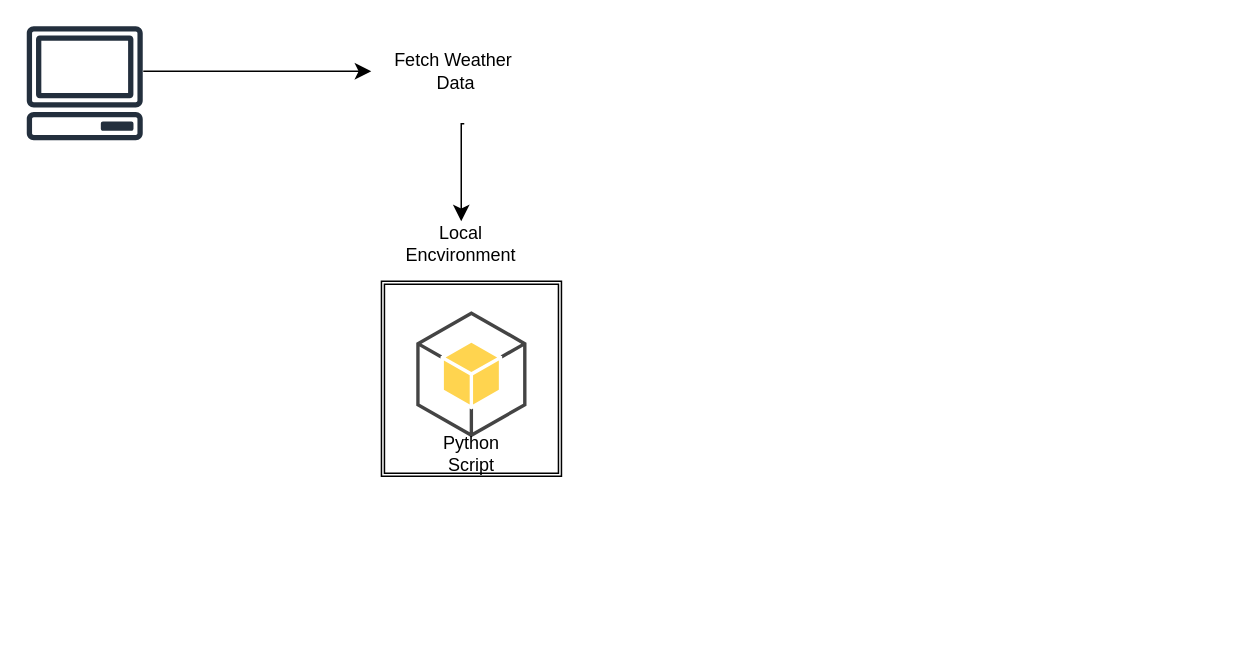
The draw.io diagram Untitled Diagram.drawio in nikkadur/Day_1_Devops_Challenge, before the edit. Source tidied: cells renumbered, new cells numbered last; positions are measured from the earlier drawing's top-left corner, leaving out a move shared by most shapes. Both pictures are drawn from the tidied source at 150%, with x=0, y=0 at pixel (26, 26).
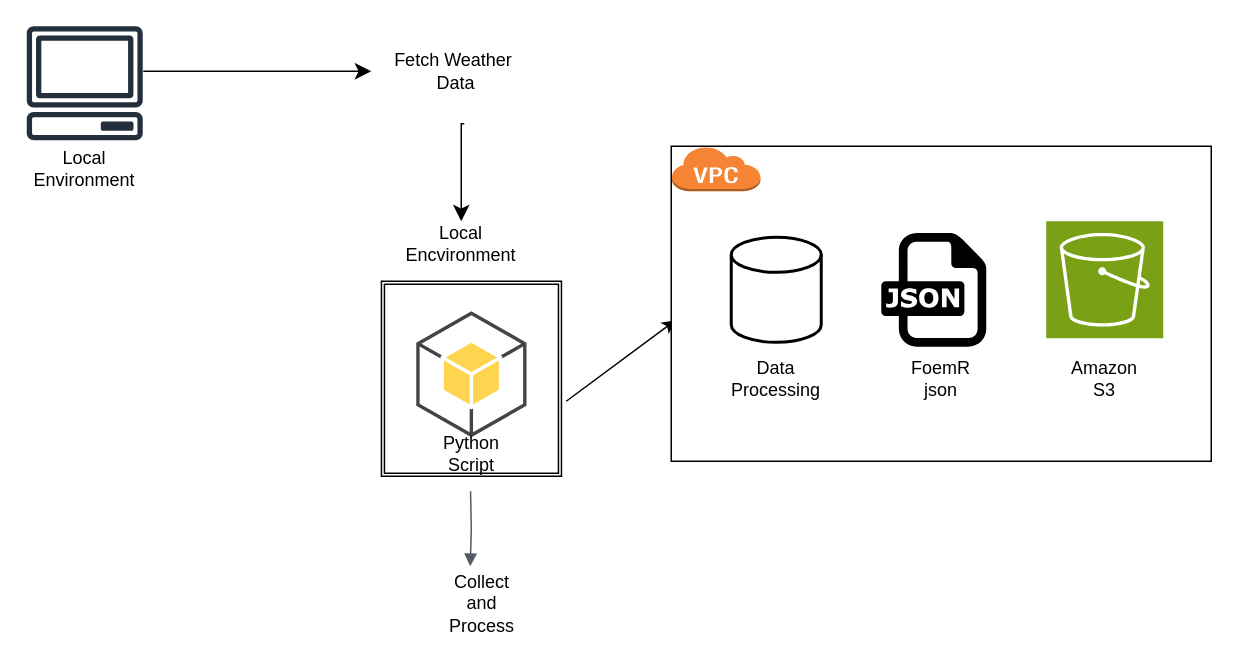
The same diagram, later.

Commit message:
Architecture Diagram

The edit, as a diff of the source:
```diff
@@
+    <mxCell id="11" style="edgeStyle=orthogonalEdgeStyle;html=1;endArrow=block;elbow=vertical;startArrow=none;endFill=1;strokeColor=#545B64;rounded=0;" parent="1" edge="1">
+      <mxGeometry relative="1" as="geometry">
+        <mxPoint x="296.2" y="310" as="sourcePoint" />
+        <mxPoint x="296" y="360" as="targetPoint" />
+      </mxGeometry>
+    </mxCell>
+    <mxCell id="12" value="Collect and Process" style="text;strokeColor=none;align=center;fillColor=none;html=1;verticalAlign=middle;whiteSpace=wrap;rounded=0;" parent="1" vertex="1">
+      <mxGeometry x="274" y="370" width="60" height="30" as="geometry" />
+    </mxCell>
+    <mxCell id="13" style="edgeStyle=none;jettySize=auto;html=1;rounded=0;entryX=0.008;entryY=0.552;entryDx=0;entryDy=0;entryPerimeter=0;" parent="1" edge="1" target="14">
+      <mxGeometry relative="1" as="geometry">
+        <mxPoint x="360" y="250" as="sourcePoint" />
+      </mxGeometry>
+    </mxCell>
+    <mxCell id="14" style="verticalLabelPosition=bottom;verticalAlign=top;html=1;shape=mxgraph.basic.rect;fillColor2=none;strokeWidth=1;size=0;indent=5;" parent="1" vertex="1">
+      <mxGeometry x="430" y="80" width="360" height="210" as="geometry" />
+    </mxCell>
+    <mxCell id="15" style="strokeWidth=2;html=1;shape=mxgraph.flowchart.database;whiteSpace=wrap;" parent="1" vertex="1">
+      <mxGeometry x="470" y="140.7" width="60" height="70" as="geometry" />
+    </mxCell>
+    <mxCell id="16" style="sketch=0;fontColor=#232F3E;fillColor=#7AA116;strokeColor=#ffffff;dashed=0;verticalLabelPosition=bottom;verticalAlign=top;align=center;html=1;fontSize=12;fontStyle=0;shape=mxgraph.aws4.resourceIcon;resIcon=mxgraph.aws4.s3;" parent="1" vertex="1">
+      <mxGeometry x="680" y="130" width="78" height="78" as="geometry" />
+    </mxCell>
+    <mxCell id="17" style="endArrow=classic;html=1;rounded=0;" parent="1" edge="1" target="18">
+      <mxGeometry relative="1" as="geometry">
+        <mxPoint x="570" y="182" as="sourcePoint" />
+      </mxGeometry>
+    </mxCell>
+    <mxCell id="18" style="dashed=0;outlineConnect=0;html=1;align=center;labelPosition=center;verticalLabelPosition=bottom;verticalAlign=top;shape=mxgraph.weblogos.json;" parent="1" vertex="1">
+      <mxGeometry x="570" y="137.8" width="70" height="75.8" as="geometry" />
+    </mxCell>
+    <mxCell id="19" value="Data Processing" style="text;strokeColor=none;align=center;fillColor=none;html=1;verticalAlign=middle;whiteSpace=wrap;rounded=0;" parent="1" vertex="1">
+      <mxGeometry x="470" y="220" width="60" height="30" as="geometry" />
+    </mxCell>
+    <mxCell id="20" value="FoemR json" style="text;strokeColor=none;align=center;fillColor=none;html=1;verticalAlign=middle;whiteSpace=wrap;rounded=0;" parent="1" vertex="1">
+      <mxGeometry x="580" y="220" width="60" height="30" as="geometry" />
+    </mxCell>
+    <mxCell id="21" value="Amazon S3" style="text;strokeColor=none;align=center;fillColor=none;html=1;verticalAlign=middle;whiteSpace=wrap;rounded=0;" parent="1" vertex="1">
+      <mxGeometry x="689" y="220" width="60" height="30" as="geometry" />
+    </mxCell>
+    <mxCell id="22" style="dashed=0;verticalLabelPosition=bottom;verticalAlign=top;align=center;html=1;shape=mxgraph.aws3.virtual_private_cloud;fillColor=#F58534;gradientColor=none;" parent="1" vertex="1">
+      <mxGeometry x="430" y="80" width="59.5" height="30" as="geometry" />
+    </mxCell>
+    <mxCell id="23" value="Local Environment" style="text;strokeColor=none;align=center;fillColor=none;html=1;verticalAlign=middle;whiteSpace=wrap;rounded=0;" parent="1" vertex="1">
+      <mxGeometry x="9" y="80" width="60" height="30" as="geometry" />
+    </mxCell>
```
